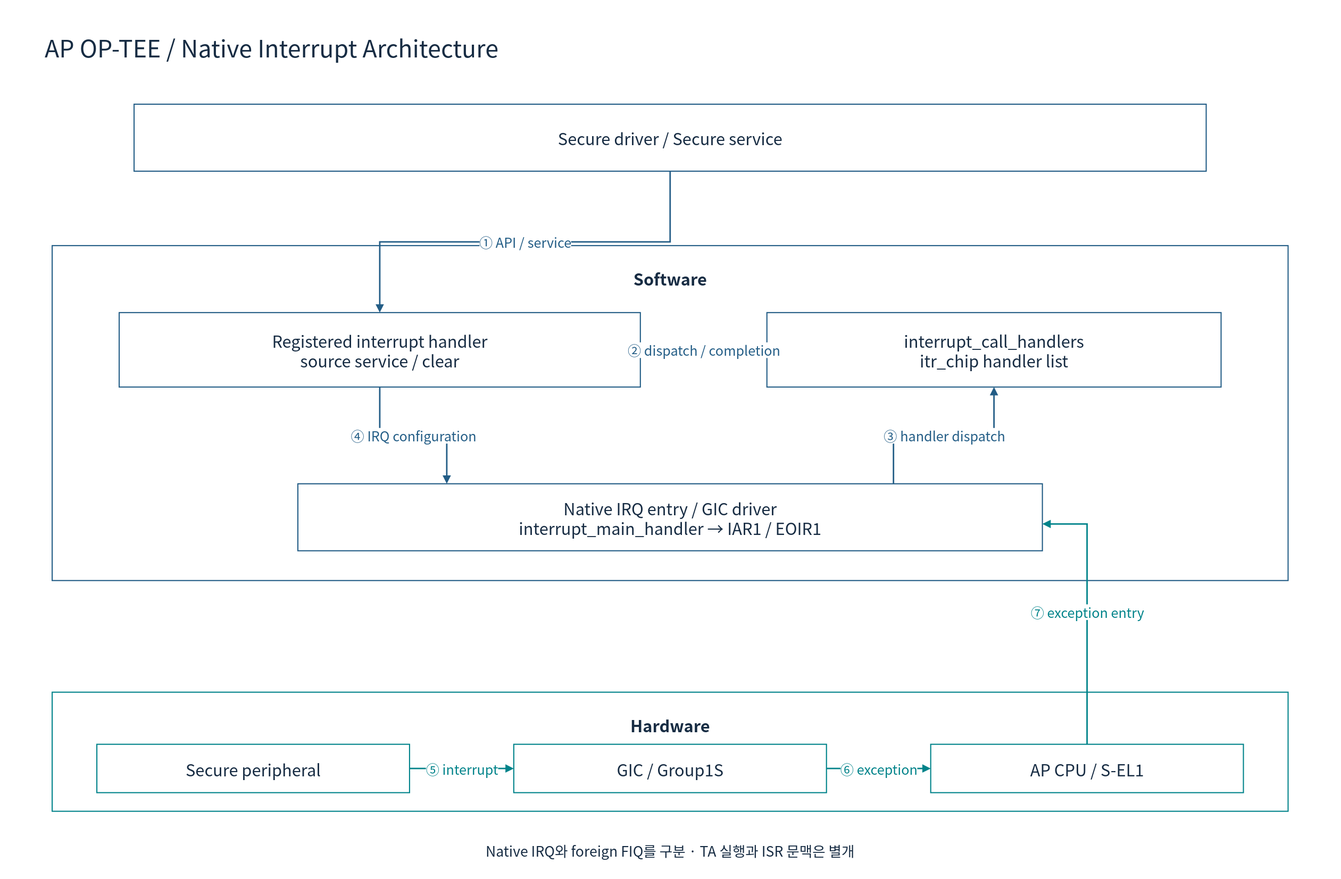
This is doc/phase1/interrupt/diagrams/08d-optee-software.drawio.svg from cometzero/project-apollo, a draw.io export, as it was before one commit. Source tidied: cells renumbered, new cells last; positions are measured from the earlier drawing's top-left corner, leaving out a move shared by most shapes.
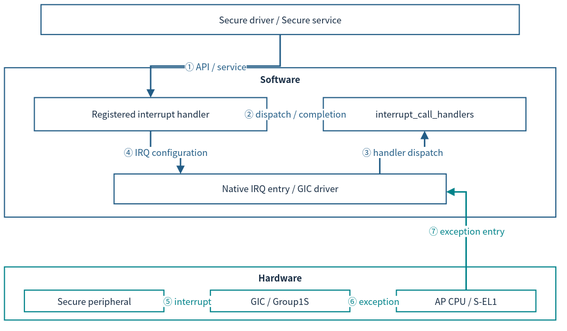
After the change.

Change to the diagram source:
```diff
@@ -2,62 +2,53 @@
   <root>
     <mxCell id="0" />
     <mxCell id="1" parent="0" />
-    <mxCell id="2" style="rounded=0;whiteSpace=wrap;html=1;fillColor=#FFFFFF;strokeColor=none;strokeWidth=1.5;fontColor=#172C43;fontFamily=Noto Sans CJK KR;fontSize=22;spacing=10;" parent="1" vertex="1">
-      <mxGeometry width="1800" height="1180" as="geometry" />
-    </mxCell>
-    <mxCell id="3" value="AP OP-TEE / Native Interrupt Architecture" style="rounded=0;whiteSpace=wrap;html=1;fillColor=#FFFFFF;strokeColor=none;strokeWidth=1.5;fontColor=#172C43;fontFamily=Noto Sans CJK KR;fontSize=22;spacing=10;fontSize=32;align=left;" parent="1" vertex="1">
-      <mxGeometry x="50" y="30" width="1700" height="65" as="geometry" />
-    </mxCell>
-    <mxCell id="4" value="Secure driver / Secure service" style="rounded=0;whiteSpace=wrap;html=1;fillColor=#FFFFFF;strokeColor=#235D86;strokeWidth=1.5;fontColor=#172C43;fontFamily=Noto Sans CJK KR;fontSize=22;spacing=10;" parent="1" vertex="1">
-      <mxGeometry x="180" y="140" width="1440" height="90" as="geometry" />
+    <mxCell id="4" value="Secure driver / Secure service" style="rounded=0;whiteSpace=wrap;html=1;fillColor=#FFFFFF;strokeColor=#235D86;strokeWidth=1.5;fontColor=#172C43;fontFamily=Noto Sans CJK KR;fontSize=12;spacing=3;whiteSpace=wrap;" parent="1" vertex="1">
+      <mxGeometry x="61" y="12" width="641.9" height="40.1" as="geometry" />
     </mxCell>
-    <mxCell id="5" value="Software" style="rounded=0;whiteSpace=wrap;html=1;fillColor=#FFFFFF;strokeColor=#235D86;strokeWidth=1.5;fontColor=#172C43;fontFamily=Noto Sans CJK KR;fontSize=22;spacing=10;verticalAlign=top;fontStyle=1;spacingTop=16;" parent="1" vertex="1">
-      <mxGeometry x="70" y="330" width="1660" height="450" as="geometry" />
+    <mxCell id="5" value="Software" style="rounded=0;whiteSpace=wrap;html=1;fillColor=#FFFFFF;strokeColor=#235D86;strokeWidth=1.5;fontColor=#172C43;fontFamily=Noto Sans CJK KR;verticalAlign=top;fontStyle=1;fontSize=12;spacing=3;whiteSpace=wrap;" parent="1" vertex="1">
+      <mxGeometry x="12" y="96.7" width="740" height="200.6" as="geometry" />
     </mxCell>
-    <mxCell id="6" value="Registered interrupt handler&#10;source service / clear" style="rounded=0;whiteSpace=wrap;html=1;fillColor=#FFFFFF;strokeColor=#235D86;strokeWidth=1.5;fontColor=#172C43;fontFamily=Noto Sans CJK KR;fontSize=22;spacing=10;" parent="1" vertex="1">
-      <mxGeometry x="160" y="420" width="700" height="100" as="geometry" />
+    <mxCell id="6" value="Registered interrupt handler" style="rounded=0;whiteSpace=wrap;html=1;fillColor=#FFFFFF;strokeColor=#235D86;strokeWidth=1.5;fontColor=#172C43;fontFamily=Noto Sans CJK KR;fontSize=12;spacing=3;whiteSpace=wrap;" parent="1" vertex="1">
+      <mxGeometry x="52.1" y="136.8" width="312.1" height="44.6" as="geometry" />
     </mxCell>
-    <mxCell id="7" value="interrupt_call_handlers&#10;itr_chip handler list" style="rounded=0;whiteSpace=wrap;html=1;fillColor=#FFFFFF;strokeColor=#235D86;strokeWidth=1.5;fontColor=#172C43;fontFamily=Noto Sans CJK KR;fontSize=22;spacing=10;" parent="1" vertex="1">
-      <mxGeometry x="1030" y="420" width="610" height="100" as="geometry" />
+    <mxCell id="7" value="interrupt_call_handlers" style="rounded=0;whiteSpace=wrap;html=1;fillColor=#FFFFFF;strokeColor=#235D86;strokeWidth=1.5;fontColor=#172C43;fontFamily=Noto Sans CJK KR;fontSize=12;spacing=3;whiteSpace=wrap;" parent="1" vertex="1">
+      <mxGeometry x="439.9" y="136.8" width="271.9" height="44.6" as="geometry" />
     </mxCell>
-    <mxCell id="8" value="Native IRQ entry / GIC driver&#10;interrupt_main_handler → IAR1 / EOIR1" style="rounded=0;whiteSpace=wrap;html=1;fillColor=#FFFFFF;strokeColor=#235D86;strokeWidth=1.5;fontColor=#172C43;fontFamily=Noto Sans CJK KR;fontSize=22;spacing=10;" parent="1" vertex="1">
-      <mxGeometry x="400" y="650" width="1000" height="90" as="geometry" />
+    <mxCell id="8" value="Native IRQ entry / GIC driver" style="rounded=0;whiteSpace=wrap;html=1;fillColor=#FFFFFF;strokeColor=#235D86;strokeWidth=1.5;fontColor=#172C43;fontFamily=Noto Sans CJK KR;fontSize=12;spacing=3;whiteSpace=wrap;" parent="1" vertex="1">
+      <mxGeometry x="159.1" y="239.3" width="445.8" height="40.1" as="geometry" />
     </mxCell>
-    <mxCell id="9" value="① API / service" style="edgeStyle=orthogonalEdgeStyle;rounded=0;html=1;endArrow=block;endFill=1;strokeWidth=2;strokeColor=#235D86;fontColor=#235D86;fontFamily=Noto Sans CJK KR;fontSize=18;labelBackgroundColor=#FFFFFF;" parent="1" edge="1" source="4" target="6">
+    <mxCell id="9" value="① API / service" style="edgeStyle=orthogonalEdgeStyle;rounded=0;html=1;endArrow=block;endFill=1;strokeWidth=2;strokeColor=#235D86;fontColor=#235D86;fontFamily=Noto Sans CJK KR;labelBackgroundColor=#FFFFFF;fontSize=12;spacing=3;whiteSpace=nowrap;" parent="1" edge="1" source="4" target="6">
       <mxGeometry relative="1" as="geometry" />
     </mxCell>
-    <mxCell id="10" value="② dispatch / completion" style="edgeStyle=orthogonalEdgeStyle;rounded=0;html=1;endArrow=block;endFill=1;strokeWidth=2;strokeColor=#235D86;fontColor=#235D86;fontFamily=Noto Sans CJK KR;fontSize=18;labelBackgroundColor=#FFFFFF;" parent="1" edge="1" source="7" target="6">
+    <mxCell id="10" value="② dispatch / completion" style="edgeStyle=orthogonalEdgeStyle;rounded=0;html=1;endArrow=block;endFill=1;strokeWidth=2;strokeColor=#235D86;fontColor=#235D86;fontFamily=Noto Sans CJK KR;labelBackgroundColor=#FFFFFF;fontSize=12;spacing=3;whiteSpace=nowrap;" parent="1" edge="1" source="7" target="6">
       <mxGeometry relative="1" as="geometry" />
     </mxCell>
-    <mxCell id="11" value="③ handler dispatch" style="edgeStyle=orthogonalEdgeStyle;rounded=0;html=1;endArrow=block;endFill=1;strokeWidth=2;strokeColor=#235D86;fontColor=#235D86;fontFamily=Noto Sans CJK KR;fontSize=18;labelBackgroundColor=#FFFFFF;exitX=0.8;exitY=0;entryX=0.5;entryY=1;" parent="1" edge="1" source="8" target="7">
+    <mxCell id="11" value="③ handler dispatch" style="edgeStyle=orthogonalEdgeStyle;rounded=0;html=1;endArrow=block;endFill=1;strokeWidth=2;strokeColor=#235D86;fontColor=#235D86;fontFamily=Noto Sans CJK KR;labelBackgroundColor=#FFFFFF;exitX=0.8;exitY=0;entryX=0.5;entryY=1;fontSize=12;spacing=3;whiteSpace=nowrap;" parent="1" edge="1" source="8" target="7">
       <mxGeometry relative="1" as="geometry" />
     </mxCell>
-    <mxCell id="12" value="④ IRQ configuration" style="edgeStyle=orthogonalEdgeStyle;rounded=0;html=1;endArrow=block;endFill=1;strokeWidth=2;strokeColor=#235D86;fontColor=#235D86;fontFamily=Noto Sans CJK KR;fontSize=18;labelBackgroundColor=#FFFFFF;exitX=0.5;exitY=1;entryX=0.2;entryY=0;" parent="1" edge="1" source="6" target="8">
+    <mxCell id="12" value="④ IRQ configuration" style="edgeStyle=orthogonalEdgeStyle;rounded=0;html=1;endArrow=block;endFill=1;strokeWidth=2;strokeColor=#235D86;fontColor=#235D86;fontFamily=Noto Sans CJK KR;labelBackgroundColor=#FFFFFF;exitX=0.5;exitY=1;entryX=0.2;entryY=0;fontSize=12;spacing=3;whiteSpace=nowrap;" parent="1" edge="1" source="6" target="8">
       <mxGeometry relative="1" as="geometry" />
     </mxCell>
-    <mxCell id="13" value="Hardware" style="rounded=0;whiteSpace=wrap;html=1;fillColor=#FFFFFF;strokeColor=#00838A;strokeWidth=1.5;fontColor=#172C43;fontFamily=Noto Sans CJK KR;fontSize=22;spacing=10;verticalAlign=top;fontStyle=1;spacingTop=16;" parent="1" vertex="1">
-      <mxGeometry x="70" y="930" width="1660" height="160" as="geometry" />
+    <mxCell id="13" value="Hardware" style="rounded=0;whiteSpace=wrap;html=1;fillColor=#FFFFFF;strokeColor=#00838A;strokeWidth=1.5;fontColor=#172C43;fontFamily=Noto Sans CJK KR;verticalAlign=top;fontStyle=1;fontSize=12;spacing=3;whiteSpace=wrap;" parent="1" vertex="1">
+      <mxGeometry x="12" y="364.2" width="740" height="71.3" as="geometry" />
     </mxCell>
-    <mxCell id="14" value="Secure peripheral" style="rounded=0;whiteSpace=wrap;html=1;fillColor=#FFFFFF;strokeColor=#00838A;strokeWidth=1.5;fontColor=#172C43;fontFamily=Noto Sans CJK KR;fontSize=22;spacing=10;" parent="1" vertex="1">
-      <mxGeometry x="130" y="1000" width="420" height="65" as="geometry" />
+    <mxCell id="14" value="Secure peripheral" style="rounded=0;whiteSpace=wrap;html=1;fillColor=#FFFFFF;strokeColor=#00838A;strokeWidth=1.5;fontColor=#172C43;fontFamily=Noto Sans CJK KR;fontSize=12;spacing=3;whiteSpace=wrap;" parent="1" vertex="1">
+      <mxGeometry x="38.8" y="395.4" width="187.2" height="29" as="geometry" />
     </mxCell>
-    <mxCell id="15" value="GIC / Group1S" style="rounded=0;whiteSpace=wrap;html=1;fillColor=#FFFFFF;strokeColor=#00838A;strokeWidth=1.5;fontColor=#172C43;fontFamily=Noto Sans CJK KR;fontSize=22;spacing=10;" parent="1" vertex="1">
-      <mxGeometry x="690" y="1000" width="420" height="65" as="geometry" />
+    <mxCell id="15" value="GIC / Group1S" style="rounded=0;whiteSpace=wrap;html=1;fillColor=#FFFFFF;strokeColor=#00838A;strokeWidth=1.5;fontColor=#172C43;fontFamily=Noto Sans CJK KR;fontSize=12;spacing=3;whiteSpace=wrap;" parent="1" vertex="1">
+      <mxGeometry x="288.4" y="395.4" width="187.2" height="29" as="geometry" />
     </mxCell>
-    <mxCell id="16" value="AP CPU / S-EL1" style="rounded=0;whiteSpace=wrap;html=1;fillColor=#FFFFFF;strokeColor=#00838A;strokeWidth=1.5;fontColor=#172C43;fontFamily=Noto Sans CJK KR;fontSize=22;spacing=10;" parent="1" vertex="1">
-      <mxGeometry x="1250" y="1000" width="420" height="65" as="geometry" />
+    <mxCell id="16" value="AP CPU / S-EL1" style="rounded=0;whiteSpace=wrap;html=1;fillColor=#FFFFFF;strokeColor=#00838A;strokeWidth=1.5;fontColor=#172C43;fontFamily=Noto Sans CJK KR;fontSize=12;spacing=3;whiteSpace=wrap;" parent="1" vertex="1">
+      <mxGeometry x="538" y="395.4" width="187.2" height="29" as="geometry" />
     </mxCell>
-    <mxCell id="17" value="⑤ interrupt" style="edgeStyle=orthogonalEdgeStyle;rounded=0;html=1;endArrow=block;endFill=1;strokeWidth=2;strokeColor=#00838A;fontColor=#00838A;fontFamily=Noto Sans CJK KR;fontSize=18;labelBackgroundColor=#FFFFFF;" parent="1" edge="1" source="14" target="15">
+    <mxCell id="17" value="⑤ interrupt" style="edgeStyle=orthogonalEdgeStyle;rounded=0;html=1;endArrow=block;endFill=1;strokeWidth=2;strokeColor=#00838A;fontColor=#00838A;fontFamily=Noto Sans CJK KR;labelBackgroundColor=#FFFFFF;fontSize=12;spacing=3;whiteSpace=nowrap;" parent="1" edge="1" source="14" target="15">
       <mxGeometry relative="1" as="geometry" />
     </mxCell>
-    <mxCell id="18" value="⑥ exception" style="edgeStyle=orthogonalEdgeStyle;rounded=0;html=1;endArrow=block;endFill=1;strokeWidth=2;strokeColor=#00838A;fontColor=#00838A;fontFamily=Noto Sans CJK KR;fontSize=18;labelBackgroundColor=#FFFFFF;" parent="1" edge="1" source="15" target="16">
+    <mxCell id="18" value="⑥ exception" style="edgeStyle=orthogonalEdgeStyle;rounded=0;html=1;endArrow=block;endFill=1;strokeWidth=2;strokeColor=#00838A;fontColor=#00838A;fontFamily=Noto Sans CJK KR;labelBackgroundColor=#FFFFFF;fontSize=12;spacing=3;whiteSpace=nowrap;" parent="1" edge="1" source="15" target="16">
       <mxGeometry relative="1" as="geometry" />
     </mxCell>
-    <mxCell id="19" value="⑦ exception entry" style="edgeStyle=orthogonalEdgeStyle;rounded=0;html=1;endArrow=block;endFill=1;strokeWidth=2;strokeColor=#00838A;fontColor=#00838A;fontFamily=Noto Sans CJK KR;fontSize=18;labelBackgroundColor=#FFFFFF;exitX=0.5;exitY=0;entryX=1;entryY=0.6;" parent="1" edge="1" source="16" target="8">
+    <mxCell id="19" value="⑦ exception entry" style="edgeStyle=orthogonalEdgeStyle;rounded=0;html=1;endArrow=block;endFill=1;strokeWidth=2;strokeColor=#00838A;fontColor=#00838A;fontFamily=Noto Sans CJK KR;labelBackgroundColor=#FFFFFF;exitX=0.5;exitY=0;entryX=1;entryY=0.6;fontSize=12;spacing=3;whiteSpace=nowrap;" parent="1" edge="1" source="16" target="8">
       <mxGeometry relative="1" as="geometry" />
     </mxCell>
-    <mxCell id="20" value="Native IRQ와 foreign FIQ를 구분 · TA 실행과 ISR 문맥은 별개" style="rounded=0;whiteSpace=wrap;html=1;fillColor=#FFFFFF;strokeColor=none;strokeWidth=1.5;fontColor=#172C43;fontFamily=Noto Sans CJK KR;fontSize=22;spacing=10;fontSize=19;" parent="1" vertex="1">
-      <mxGeometry x="70" y="1120" width="1660" height="45" as="geometry" />
-    </mxCell>
   </root>
 </mxGraphModel>
```
